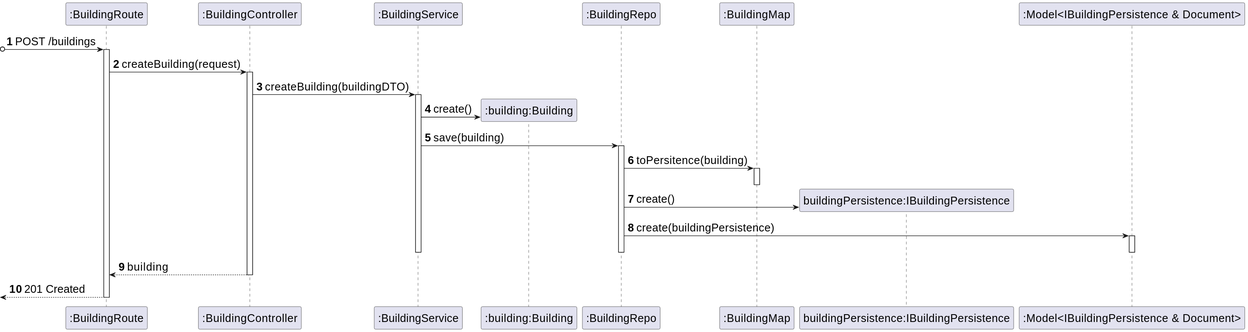
This is _wiki/sprint-a/us01-150/views/level-3/assets/process-view.svg from miseEnPlace-dev/lapr5, a PlantUML export, as it was before one commit.
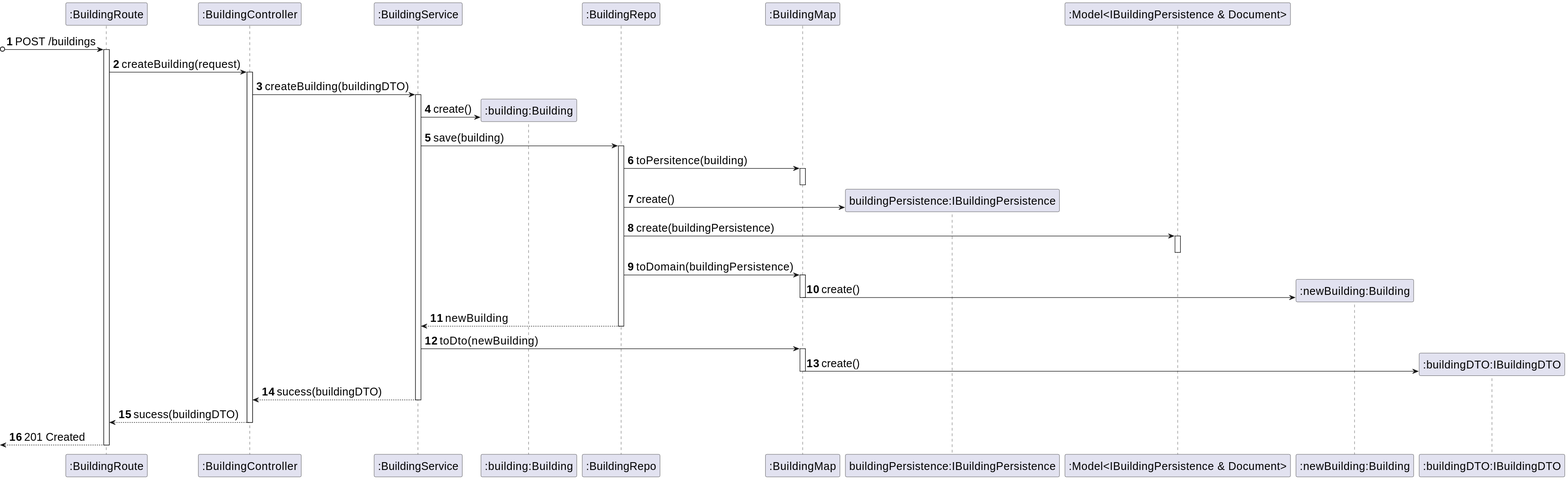
After the commit.

Commit message:
docs(us-150): finished level 3 process view

What changed in the source:
```diff
@@ -9,6 +9,8 @@
 participant MAP as ":BuildingMap"
 participant PERS as "buildingPersistence:IBuildingPersistence"
 participant MODEL as ":Model<IBuildingPersistence & Document>"
+participant NBUILD as ":newBuilding:Building"
+participant DTO as ":buildingDTO:IBuildingDTO"
 
 ?o-> ROUTE : POST /buildings
 activate ROUTE
@@ -27,9 +29,19 @@
 REPO -> MODEL : create(buildingPersistence)
 activate MODEL
 deactivate MODEL
+REPO -> MAP : toDomain(buildingPersistence)
+activate MAP
+MAP -> NBUILD** : create()
+deactivate MAP
+REPO --> SRV : newBuilding
 deactivate REPO
+SRV -> MAP : toDto(newBuilding)
+activate MAP
+MAP -> DTO** : create()
+deactivate MAP
+SRV --> CTRL : sucess(buildingDTO)
 deactivate SRV
-CTRL --> ROUTE : building
+CTRL --> ROUTE : sucess(buildingDTO)
 deactivate CTRL
 <-- ROUTE : 201 Created
 deactivate ROUTE
```
